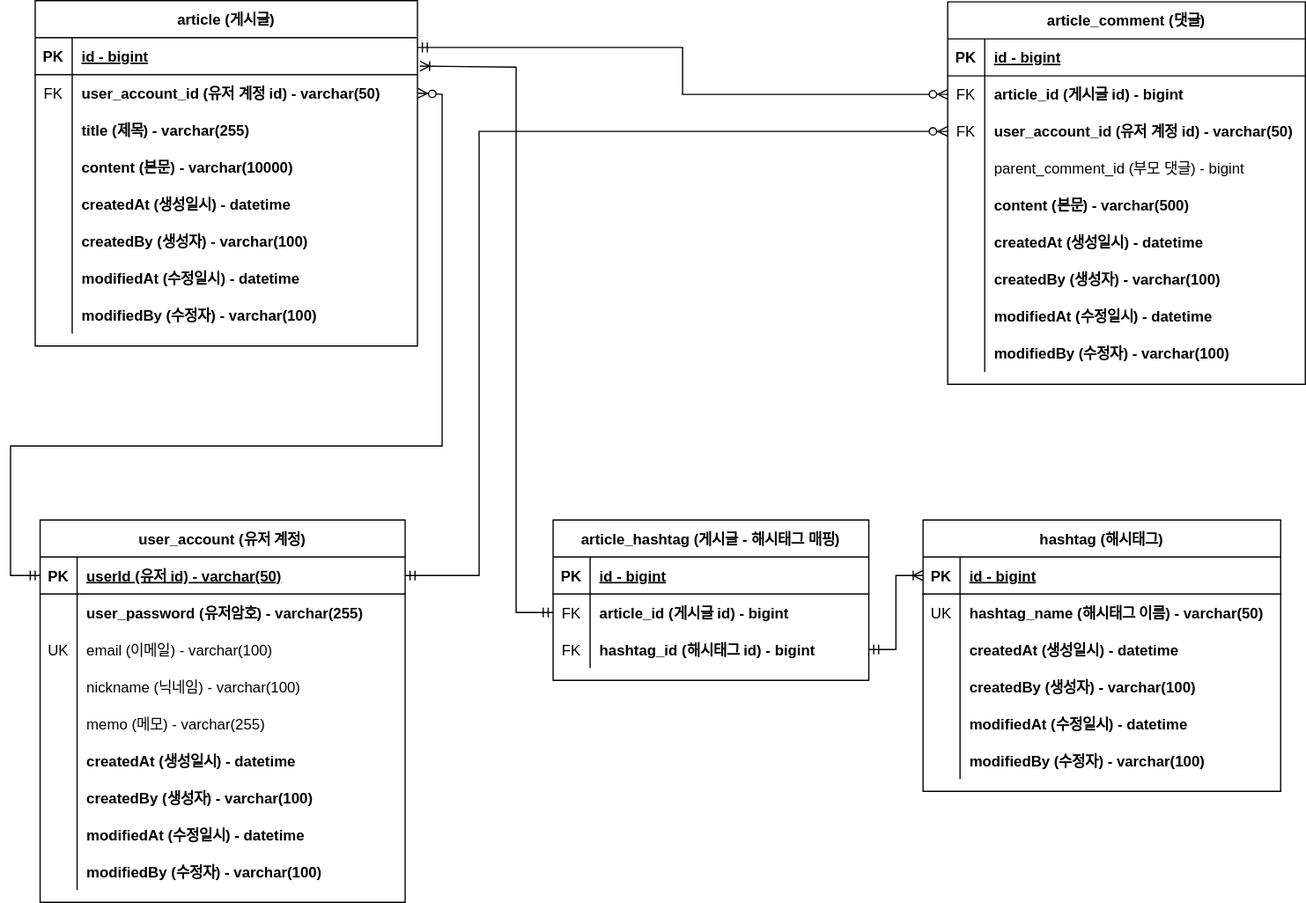
Above: document/project-board-erd.svg in hijoseph/project-board (draw.io), before the change. Source tidied: cells renumbered, new cells last; positions are measured from the earlier drawing's top-left corner, leaving out a move shared by most shapes.
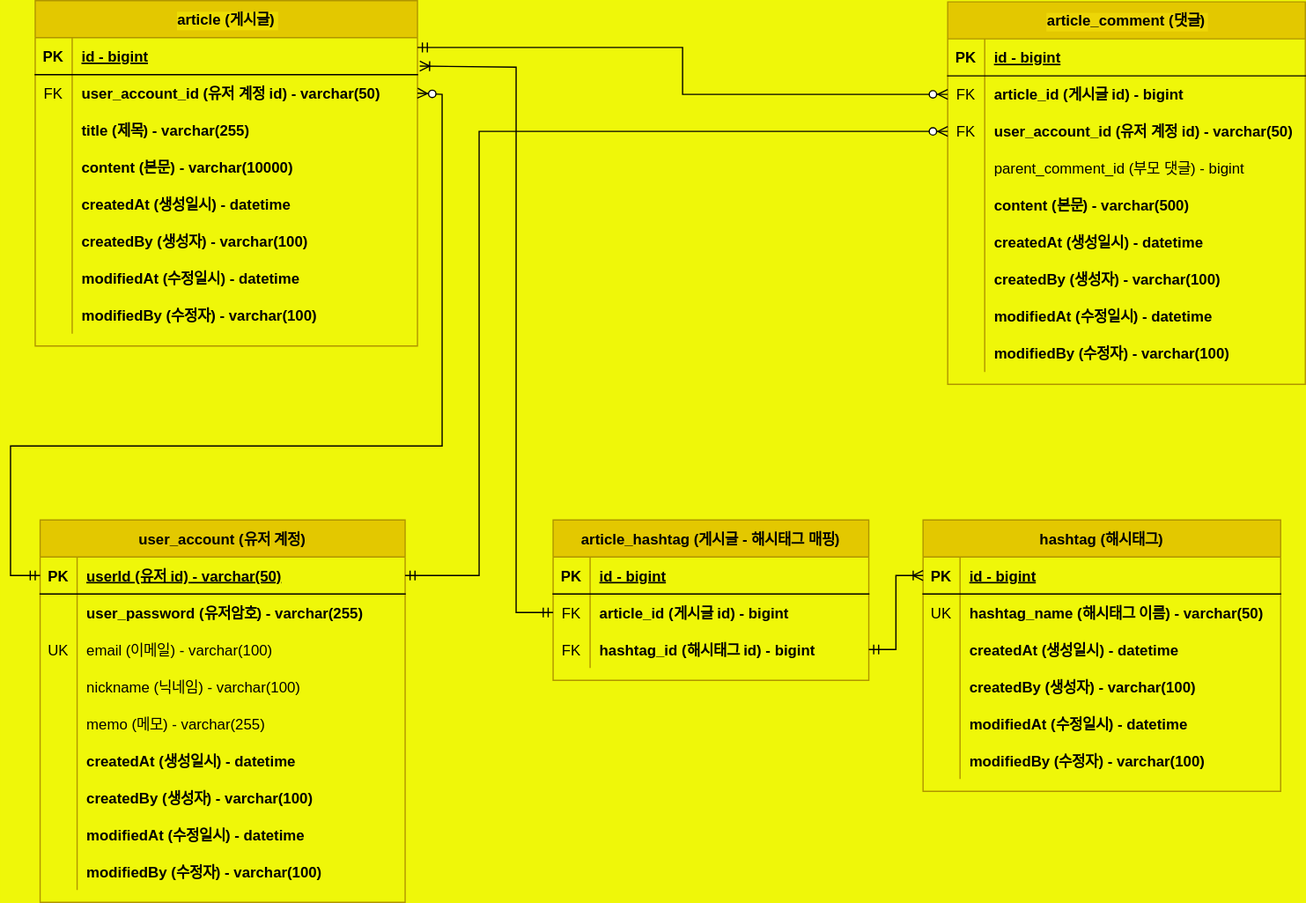
After the commit.

What changed in the source:
```diff
@@ -1,8 +1,8 @@
-<mxGraphModel>
+<mxGraphModel background="#EFF709">
   <root>
     <mxCell id="0" />
     <mxCell id="1" parent="0" />
-    <mxCell id="2" value="article (게시글)" style="shape=table;startSize=30;rowLines=0;fontStyle=1;align=center;labelBackgroundColor=none;labelBorderColor=none;textShadow=0;" parent="1" vertex="1">
+    <mxCell id="2" value="article (게시글)" style="shape=table;startSize=30;rowLines=0;fontStyle=1;align=center;labelBackgroundColor=#EDDD03;labelBorderColor=none;textShadow=0;fillColor=#e3c800;fontColor=#000000;strokeColor=#B09500;" parent="1" vertex="1">
       <mxGeometry x="20" width="310" height="280" as="geometry" />
     </mxCell>
     <mxCell id="3" style="shape=tableRow;horizontal=0;startSize=0;swimlaneHead=0;swimlaneBody=0;fillColor=none;points=[[0,0.5],[1,0.5]];portConstraint=eastwest;top=0;left=0;right=0;bottom=1;" parent="2" vertex="1">
@@ -77,7 +77,7 @@
     <mxCell id="26" value="modifiedBy (수정자) - varchar(100)" style="shape=partialRectangle;fillColor=none;top=0;left=0;bottom=0;right=0;align=left;spacingLeft=6;overflow=hidden;fontStyle=1;" parent="24" vertex="1">
       <mxGeometry x="30" width="280" height="30" as="geometry" />
     </mxCell>
-    <mxCell id="27" value="article_comment (댓글)" style="shape=table;startSize=30;rowLines=0;fontStyle=1;align=center;" parent="1" vertex="1">
+    <mxCell id="27" value="article_comment (댓글)" style="shape=table;startSize=30;rowLines=0;fontStyle=1;align=center;fontColor=#000000;labelBackgroundColor=#EDD607;fillColor=#e3c800;strokeColor=#B09500;" parent="1" vertex="1">
       <mxGeometry x="760" y="1" width="290" height="310" as="geometry" />
     </mxCell>
     <mxCell id="28" style="shape=tableRow;horizontal=0;startSize=0;swimlaneHead=0;swimlaneBody=0;fillColor=none;top=0;left=0;right=0;bottom=1;" parent="27" vertex="1">
@@ -164,7 +164,7 @@
     <mxCell id="55" style="edgeStyle=orthogonalEdgeStyle;fontSize=12;html=1;endArrow=ERzeroToMany;startArrow=ERmandOne;rounded=0;entryX=0;entryY=0.5;entryDx=0;entryDy=0;exitX=1;exitY=0.267;exitDx=0;exitDy=0;exitPerimeter=0;" parent="1" edge="1" source="3" target="31">
       <mxGeometry relative="1" as="geometry" />
     </mxCell>
-    <mxCell id="56" value="user_account (유저 계정)" style="shape=table;startSize=30;rowLines=0;fontStyle=1;align=center;" parent="1" vertex="1">
+    <mxCell id="56" value="user_account (유저 계정)" style="shape=table;startSize=30;rowLines=0;fontStyle=1;align=center;swimlaneFillColor=none;fillColor=#e3c800;strokeColor=#B09500;fontColor=#000000;" parent="1" vertex="1">
       <mxGeometry x="24" y="421" width="296" height="310" as="geometry" />
     </mxCell>
     <mxCell id="57" style="shape=tableRow;horizontal=0;startSize=0;swimlaneHead=0;swimlaneBody=0;fillColor=none;points=[[0,0.5],[1,0.5]];portConstraint=eastwest;top=0;left=0;right=0;bottom=1;" parent="56" vertex="1">
@@ -266,7 +266,7 @@
         </Array>
       </mxGeometry>
     </mxCell>
-    <mxCell id="86" value="hashtag (해시태그)" style="shape=table;startSize=30;rowLines=0;fontStyle=1;align=center;" parent="1" vertex="1">
+    <mxCell id="86" value="hashtag (해시태그)" style="shape=table;startSize=30;rowLines=0;fontStyle=1;align=center;fillColor=#e3c800;fontColor=#000000;strokeColor=#B09500;" parent="1" vertex="1">
       <mxGeometry x="740" y="421" width="290" height="220" as="geometry" />
     </mxCell>
     <mxCell id="87" style="shape=tableRow;horizontal=0;startSize=0;swimlaneHead=0;swimlaneBody=0;fillColor=none;points=[[0,0.5],[1,0.5]];portConstraint=eastwest;top=0;left=0;right=0;bottom=1;" parent="86" vertex="1">
@@ -323,7 +323,7 @@
     <mxCell id="104" value="modifiedBy (수정자) - varchar(100)" style="shape=partialRectangle;fillColor=none;top=0;left=0;bottom=0;right=0;align=left;spacingLeft=6;overflow=hidden;fontStyle=1;" parent="102" vertex="1">
       <mxGeometry x="30" width="260" height="30" as="geometry" />
     </mxCell>
-    <mxCell id="105" value="article_hashtag (게시글 - 해시태그 매핑)" style="shape=table;startSize=30;rowLines=0;fontStyle=1;align=center;" parent="1" vertex="1">
+    <mxCell id="105" value="article_hashtag (게시글 - 해시태그 매핑)" style="shape=table;startSize=30;rowLines=0;fontStyle=1;align=center;fillColor=#e3c800;fontColor=#000000;strokeColor=#B09500;" parent="1" vertex="1">
       <mxGeometry x="440" y="421" width="256" height="130" as="geometry" />
     </mxCell>
     <mxCell id="106" style="shape=tableRow;horizontal=0;startSize=0;swimlaneHead=0;swimlaneBody=0;fillColor=none;top=0;left=0;right=0;bottom=1;" parent="105" vertex="1">
```
